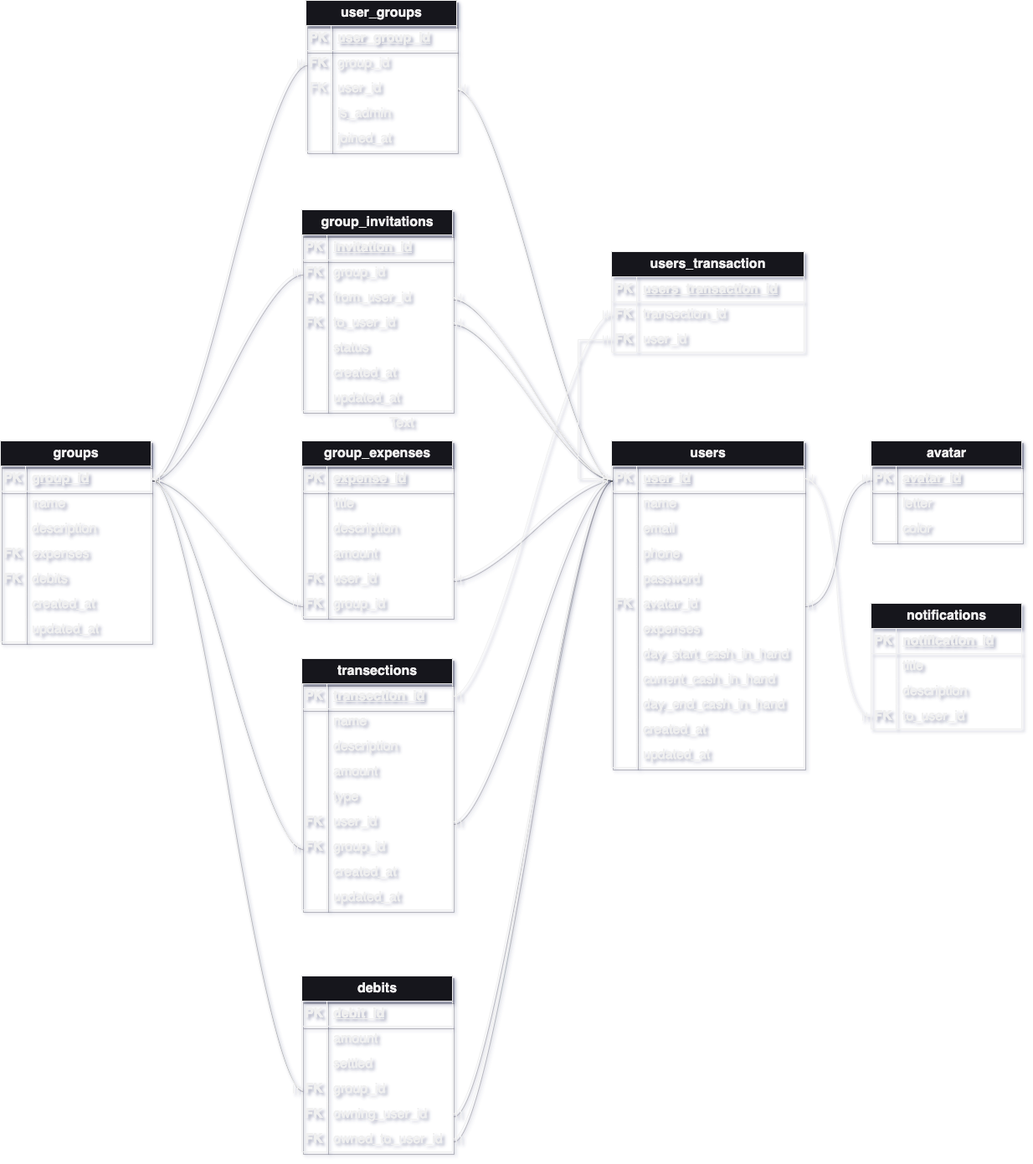
Earlier version of the draw.io export server/docs/db/db-design.png (maya-manager/server). Source tidied: cells renumbered, new cells last; positions are measured from the earlier drawing's top-left corner, leaving out a move shared by most shapes.
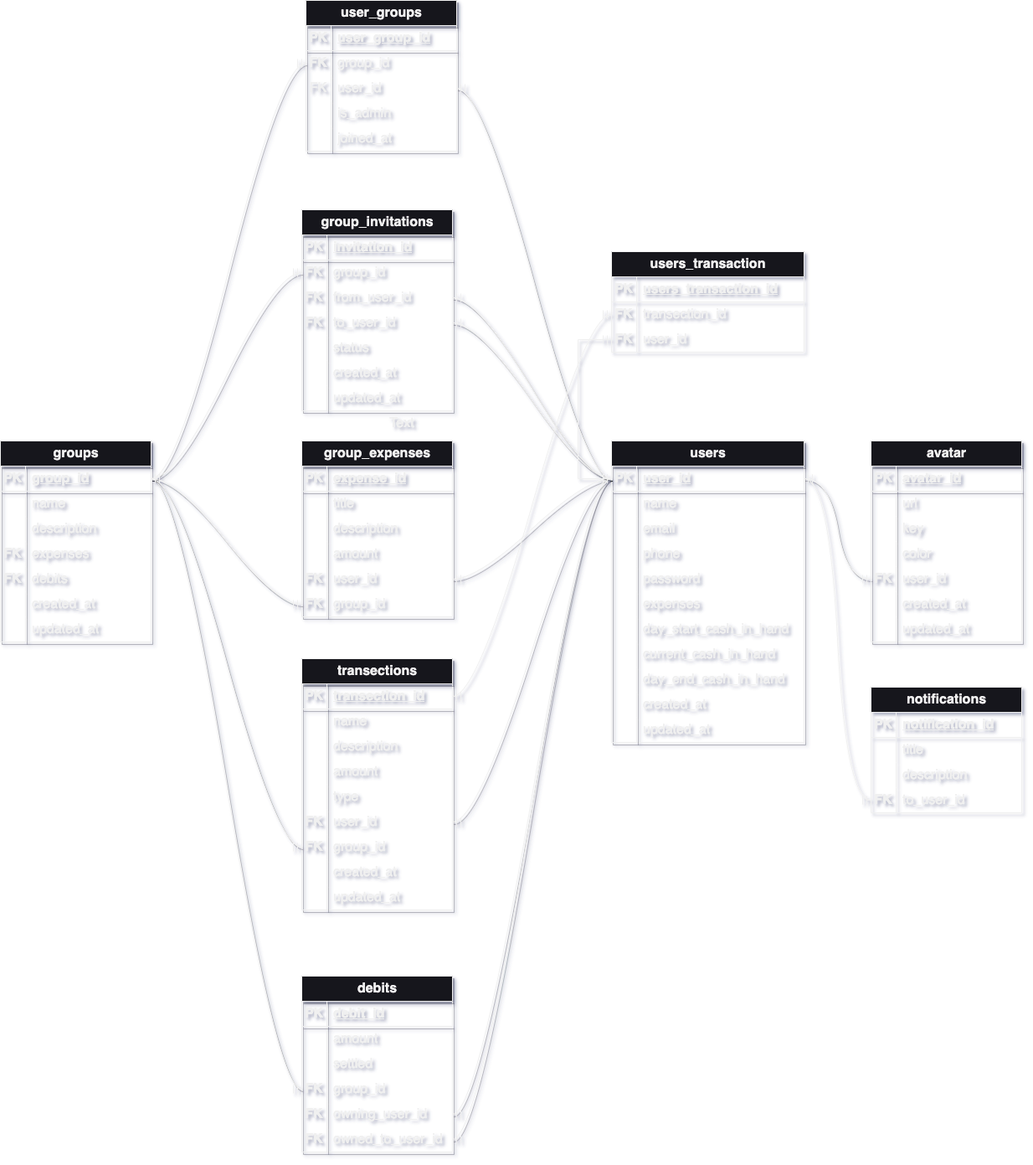
The same file after the commit.

Commit message:
docs(db): :memo: updated db design

What changed in the source:
```diff
@@ -2,11 +2,11 @@
   <root>
     <mxCell id="0" />
     <mxCell id="1" parent="0" />
-    <mxCell id="2" style="edgeStyle=entityRelationEdgeStyle;fontSize=12;html=1;endArrow=ERmandOne;startArrow=ERmandOne;rounded=0;startSize=8;endSize=8;curved=1;exitX=1;exitY=0.5;exitDx=0;exitDy=0;entryX=0;entryY=0.5;entryDx=0;entryDy=0;shadow=1;swimlaneLine=1;comic=0;" parent="1" edge="1" source="19" target="41">
+    <mxCell id="2" style="edgeStyle=entityRelationEdgeStyle;fontSize=12;html=1;endArrow=ERmandOne;startArrow=ERmandOne;rounded=0;startSize=8;endSize=8;curved=1;exitX=1;exitY=0.5;exitDx=0;exitDy=0;entryX=0;entryY=0.5;entryDx=0;entryDy=0;shadow=1;swimlaneLine=1;comic=0;" parent="1" edge="1" source="4" target="218">
       <mxGeometry relative="1" as="geometry" />
     </mxCell>
     <mxCell id="3" value="users" style="shape=table;startSize=30;rowLines=0;fontStyle=1;align=center;html=1;fontSize=16;shadow=1;swimlaneLine=1;comic=0;" parent="1" vertex="1">
-      <mxGeometry x="730" y="526" width="230" height="390" as="geometry" />
+      <mxGeometry x="730" y="526" width="230" height="360" as="geometry" />
     </mxCell>
     <mxCell id="4" style="shape=tableRow;horizontal=0;startSize=0;swimlaneHead=0;swimlaneBody=0;fillColor=none;points=[[0,0.5],[1,0.5]];portConstraint=eastwest;top=0;left=0;right=0;bottom=1;fontSize=16;shadow=1;swimlaneLine=1;comic=0;" parent="3" vertex="1">
       <mxGeometry y="30" width="230" height="30" as="geometry" />
@@ -53,17 +53,8 @@
     <mxCell id="18" value="password" style="shape=partialRectangle;fillColor=none;top=0;left=0;bottom=0;right=0;align=left;spacingLeft=6;overflow=hidden;whiteSpace=wrap;html=1;fontSize=16;shadow=1;swimlaneLine=1;comic=0;" parent="16" vertex="1">
       <mxGeometry x="30" width="200" height="30" as="geometry" />
     </mxCell>
-    <mxCell id="19" style="shape=tableRow;horizontal=0;startSize=0;swimlaneHead=0;swimlaneBody=0;fillColor=none;points=[[0,0.5],[1,0.5]];portConstraint=eastwest;top=0;left=0;right=0;bottom=0;fontSize=16;shadow=1;swimlaneLine=1;comic=0;" parent="3" vertex="1">
-      <mxGeometry y="180" width="230" height="30" as="geometry" />
-    </mxCell>
-    <mxCell id="20" value="&lt;b&gt;FK&lt;/b&gt;" style="shape=partialRectangle;fillColor=none;top=0;left=0;bottom=0;right=0;overflow=hidden;whiteSpace=wrap;html=1;fontSize=16;shadow=1;swimlaneLine=1;comic=0;" parent="19" vertex="1">
-      <mxGeometry width="30" height="30" as="geometry" />
-    </mxCell>
-    <mxCell id="21" value="avatar_id" style="shape=partialRectangle;fillColor=none;top=0;left=0;bottom=0;right=0;align=left;spacingLeft=6;overflow=hidden;whiteSpace=wrap;html=1;fontSize=16;shadow=1;swimlaneLine=1;comic=0;" parent="19" vertex="1">
-      <mxGeometry x="30" width="200" height="30" as="geometry" />
-    </mxCell>
     <mxCell id="22" style="shape=tableRow;horizontal=0;startSize=0;swimlaneHead=0;swimlaneBody=0;fillColor=none;top=0;left=0;right=0;bottom=0;fontSize=16;shadow=1;swimlaneLine=1;comic=0;" parent="3" vertex="1">
-      <mxGeometry y="210" width="230" height="30" as="geometry" />
+      <mxGeometry y="180" width="230" height="30" as="geometry" />
     </mxCell>
     <mxCell id="23" style="shape=partialRectangle;fillColor=none;top=0;left=0;bottom=0;right=0;overflow=hidden;whiteSpace=wrap;html=1;fontSize=16;shadow=1;swimlaneLine=1;comic=0;" parent="22" vertex="1">
       <mxGeometry width="30" height="30" as="geometry" />
@@ -72,7 +63,7 @@
       <mxGeometry x="30" width="200" height="30" as="geometry" />
     </mxCell>
     <mxCell id="25" style="shape=tableRow;horizontal=0;startSize=0;swimlaneHead=0;swimlaneBody=0;fillColor=none;top=0;left=0;right=0;bottom=0;fontSize=16;shadow=1;swimlaneLine=1;comic=0;" parent="3" vertex="1">
-      <mxGeometry y="240" width="230" height="30" as="geometry" />
+      <mxGeometry y="210" width="230" height="30" as="geometry" />
     </mxCell>
     <mxCell id="26" style="shape=partialRectangle;fillColor=none;top=0;left=0;bottom=0;right=0;overflow=hidden;whiteSpace=wrap;html=1;fontSize=16;shadow=1;swimlaneLine=1;comic=0;" parent="25" vertex="1">
       <mxGeometry width="30" height="30" as="geometry" />
@@ -81,7 +72,7 @@
       <mxGeometry x="30" width="200" height="30" as="geometry" />
     </mxCell>
     <mxCell id="28" style="shape=tableRow;horizontal=0;startSize=0;swimlaneHead=0;swimlaneBody=0;fillColor=none;top=0;left=0;right=0;bottom=0;fontSize=16;shadow=1;swimlaneLine=1;comic=0;" parent="3" vertex="1">
-      <mxGeometry y="270" width="230" height="30" as="geometry" />
+      <mxGeometry y="240" width="230" height="30" as="geometry" />
     </mxCell>
     <mxCell id="29" style="shape=partialRectangle;fillColor=none;top=0;left=0;bottom=0;right=0;overflow=hidden;whiteSpace=wrap;html=1;fontSize=16;shadow=1;swimlaneLine=1;comic=0;" parent="28" vertex="1">
       <mxGeometry width="30" height="30" as="geometry" />
@@ -90,7 +81,7 @@
       <mxGeometry x="30" width="200" height="30" as="geometry" />
     </mxCell>
     <mxCell id="31" style="shape=tableRow;horizontal=0;startSize=0;swimlaneHead=0;swimlaneBody=0;fillColor=none;top=0;left=0;right=0;bottom=0;fontSize=16;shadow=1;swimlaneLine=1;comic=0;" parent="3" vertex="1">
-      <mxGeometry y="300" width="230" height="30" as="geometry" />
+      <mxGeometry y="270" width="230" height="30" as="geometry" />
     </mxCell>
     <mxCell id="32" style="shape=partialRectangle;fillColor=none;top=0;left=0;bottom=0;right=0;overflow=hidden;whiteSpace=wrap;html=1;fontSize=16;shadow=1;swimlaneLine=1;comic=0;" parent="31" vertex="1">
       <mxGeometry width="30" height="30" as="geometry" />
@@ -99,7 +90,7 @@
       <mxGeometry x="30" width="200" height="30" as="geometry" />
     </mxCell>
     <mxCell id="34" style="shape=tableRow;horizontal=0;startSize=0;swimlaneHead=0;swimlaneBody=0;fillColor=none;top=0;left=0;right=0;bottom=0;fontSize=16;shadow=1;swimlaneLine=1;comic=0;" parent="3" vertex="1">
-      <mxGeometry y="330" width="230" height="30" as="geometry" />
+      <mxGeometry y="300" width="230" height="30" as="geometry" />
     </mxCell>
     <mxCell id="35" style="shape=partialRectangle;fillColor=none;top=0;left=0;bottom=0;right=0;overflow=hidden;whiteSpace=wrap;html=1;fontSize=16;shadow=1;swimlaneLine=1;comic=0;" parent="34" vertex="1">
       <mxGeometry width="30" height="30" as="geometry" />
@@ -108,7 +99,7 @@
       <mxGeometry x="30" width="200" height="30" as="geometry" />
     </mxCell>
     <mxCell id="37" style="shape=tableRow;horizontal=0;startSize=0;swimlaneHead=0;swimlaneBody=0;fillColor=none;top=0;left=0;right=0;bottom=0;fontSize=16;shadow=1;swimlaneLine=1;comic=0;" parent="3" vertex="1">
-      <mxGeometry y="360" width="230" height="30" as="geometry" />
+      <mxGeometry y="330" width="230" height="30" as="geometry" />
     </mxCell>
     <mxCell id="38" style="shape=partialRectangle;fillColor=none;top=0;left=0;bottom=0;right=0;overflow=hidden;whiteSpace=wrap;html=1;fontSize=16;shadow=1;swimlaneLine=1;comic=0;" parent="37" vertex="1">
       <mxGeometry width="30" height="30" as="geometry" />
@@ -117,7 +108,7 @@
       <mxGeometry x="30" width="200" height="30" as="geometry" />
     </mxCell>
     <mxCell id="40" value="avatar" style="shape=table;startSize=30;rowLines=0;fontStyle=1;align=center;html=1;fontSize=16;shadow=1;swimlaneLine=1;comic=0;" parent="1" vertex="1">
-      <mxGeometry x="1040" y="526" width="180" height="120" as="geometry" />
+      <mxGeometry x="1040" y="526" width="180" height="240" as="geometry" />
     </mxCell>
     <mxCell id="41" style="shape=tableRow;horizontal=0;startSize=0;swimlaneHead=0;swimlaneBody=0;fillColor=none;points=[[0,0.5],[1,0.5]];portConstraint=eastwest;top=0;left=0;right=0;bottom=1;fontSize=16;shadow=1;swimlaneLine=1;comic=0;" parent="40" vertex="1">
       <mxGeometry y="30" width="180" height="30" as="geometry" />
@@ -134,7 +125,7 @@
     <mxCell id="45" style="shape=partialRectangle;fillColor=none;top=0;left=0;bottom=0;right=0;overflow=hidden;whiteSpace=wrap;html=1;fontSize=16;shadow=1;swimlaneLine=1;comic=0;" parent="44" vertex="1">
       <mxGeometry width="30" height="30" as="geometry" />
     </mxCell>
-    <mxCell id="46" value="letter" style="shape=partialRectangle;fillColor=none;top=0;left=0;bottom=0;right=0;align=left;spacingLeft=6;overflow=hidden;whiteSpace=wrap;html=1;fontSize=16;shadow=1;swimlaneLine=1;comic=0;" parent="44" vertex="1">
+    <mxCell id="46" value="url" style="shape=partialRectangle;fillColor=none;top=0;left=0;bottom=0;right=0;align=left;spacingLeft=6;overflow=hidden;whiteSpace=wrap;html=1;fontSize=16;shadow=1;swimlaneLine=1;comic=0;" parent="44" vertex="1">
       <mxGeometry x="30" width="150" height="30" as="geometry" />
     </mxCell>
     <mxCell id="47" style="shape=tableRow;horizontal=0;startSize=0;swimlaneHead=0;swimlaneBody=0;fillColor=none;top=0;left=0;right=0;bottom=0;fontSize=16;shadow=1;swimlaneLine=1;comic=0;" parent="40" vertex="1">
@@ -143,9 +134,45 @@
     <mxCell id="48" style="shape=partialRectangle;fillColor=none;top=0;left=0;bottom=0;right=0;overflow=hidden;whiteSpace=wrap;html=1;fontSize=16;shadow=1;swimlaneLine=1;comic=0;" parent="47" vertex="1">
       <mxGeometry width="30" height="30" as="geometry" />
     </mxCell>
-    <mxCell id="49" value="color" style="shape=partialRectangle;fillColor=none;top=0;left=0;bottom=0;right=0;align=left;spacingLeft=6;overflow=hidden;whiteSpace=wrap;html=1;fontSize=16;shadow=1;swimlaneLine=1;comic=0;" parent="47" vertex="1">
+    <mxCell id="49" value="key" style="shape=partialRectangle;fillColor=none;top=0;left=0;bottom=0;right=0;align=left;spacingLeft=6;overflow=hidden;whiteSpace=wrap;html=1;fontSize=16;shadow=1;swimlaneLine=1;comic=0;" parent="47" vertex="1">
       <mxGeometry x="30" width="150" height="30" as="geometry" />
     </mxCell>
+    <mxCell id="215" style="shape=tableRow;horizontal=0;startSize=0;swimlaneHead=0;swimlaneBody=0;fillColor=none;top=0;left=0;right=0;bottom=0;fontSize=16;shadow=1;swimlaneLine=1;comic=0;" parent="40" vertex="1">
+      <mxGeometry y="120" width="180" height="30" as="geometry" />
+    </mxCell>
+    <mxCell id="216" style="shape=partialRectangle;fillColor=none;top=0;left=0;bottom=0;right=0;overflow=hidden;whiteSpace=wrap;html=1;fontSize=16;shadow=1;swimlaneLine=1;comic=0;" parent="215" vertex="1">
+      <mxGeometry width="30" height="30" as="geometry" />
+    </mxCell>
+    <mxCell id="217" value="color" style="shape=partialRectangle;fillColor=none;top=0;left=0;bottom=0;right=0;align=left;spacingLeft=6;overflow=hidden;whiteSpace=wrap;html=1;fontSize=16;shadow=1;swimlaneLine=1;comic=0;" parent="215" vertex="1">
+      <mxGeometry x="30" width="150" height="30" as="geometry" />
+    </mxCell>
+    <mxCell id="218" style="shape=tableRow;horizontal=0;startSize=0;swimlaneHead=0;swimlaneBody=0;fillColor=none;points=[[0,0.5],[1,0.5]];portConstraint=eastwest;top=0;left=0;right=0;bottom=0;fontSize=16;shadow=1;swimlaneLine=1;comic=0;" parent="40" vertex="1">
+      <mxGeometry y="150" width="180" height="30" as="geometry" />
+    </mxCell>
+    <mxCell id="20" value="&lt;b&gt;FK&lt;/b&gt;" style="shape=partialRectangle;fillColor=none;top=0;left=0;bottom=0;right=0;overflow=hidden;whiteSpace=wrap;html=1;fontSize=16;shadow=1;swimlaneLine=1;comic=0;" parent="218" vertex="1">
+      <mxGeometry width="30" height="30" as="geometry" />
+    </mxCell>
+    <mxCell id="219" value="user_id" style="shape=partialRectangle;fillColor=none;top=0;left=0;bottom=0;right=0;align=left;spacingLeft=6;overflow=hidden;whiteSpace=wrap;html=1;fontSize=16;shadow=1;swimlaneLine=1;comic=0;" parent="218" vertex="1">
+      <mxGeometry x="30" width="150" height="30" as="geometry" />
+    </mxCell>
+    <mxCell id="220" style="shape=tableRow;horizontal=0;startSize=0;swimlaneHead=0;swimlaneBody=0;fillColor=none;top=0;left=0;right=0;bottom=0;fontSize=16;shadow=1;swimlaneLine=1;comic=0;" parent="40" vertex="1">
+      <mxGeometry y="180" width="180" height="30" as="geometry" />
+    </mxCell>
+    <mxCell id="221" style="shape=partialRectangle;fillColor=none;top=0;left=0;bottom=0;right=0;overflow=hidden;whiteSpace=wrap;html=1;fontSize=16;shadow=1;swimlaneLine=1;comic=0;" parent="220" vertex="1">
+      <mxGeometry width="30" height="30" as="geometry" />
+    </mxCell>
+    <mxCell id="222" value="created_at" style="shape=partialRectangle;fillColor=none;top=0;left=0;bottom=0;right=0;align=left;spacingLeft=6;overflow=hidden;whiteSpace=wrap;html=1;fontSize=16;shadow=1;swimlaneLine=1;comic=0;" parent="220" vertex="1">
+      <mxGeometry x="30" width="150" height="30" as="geometry" />
+    </mxCell>
+    <mxCell id="223" style="shape=tableRow;horizontal=0;startSize=0;swimlaneHead=0;swimlaneBody=0;fillColor=none;top=0;left=0;right=0;bottom=0;fontSize=16;shadow=1;swimlaneLine=1;comic=0;" parent="40" vertex="1">
+      <mxGeometry y="210" width="180" height="30" as="geometry" />
+    </mxCell>
+    <mxCell id="224" style="shape=partialRectangle;fillColor=none;top=0;left=0;bottom=0;right=0;overflow=hidden;whiteSpace=wrap;html=1;fontSize=16;shadow=1;swimlaneLine=1;comic=0;" parent="223" vertex="1">
+      <mxGeometry width="30" height="30" as="geometry" />
+    </mxCell>
+    <mxCell id="225" value="updated_at" style="shape=partialRectangle;fillColor=none;top=0;left=0;bottom=0;right=0;align=left;spacingLeft=6;overflow=hidden;whiteSpace=wrap;html=1;fontSize=16;shadow=1;swimlaneLine=1;comic=0;" parent="223" vertex="1">
+      <mxGeometry x="30" width="150" height="30" as="geometry" />
+    </mxCell>
     <mxCell id="50" value="groups" style="shape=table;startSize=30;rowLines=0;fontStyle=1;align=center;html=1;fontSize=16;shadow=1;swimlaneLine=1;comic=0;" parent="1" vertex="1">
       <mxGeometry y="526" width="180" height="240" as="geometry" />
     </mxCell>
@@ -561,7 +588,7 @@
       <mxGeometry relative="1" as="geometry" />
     </mxCell>
     <mxCell id="188" value="notifications" style="shape=table;startSize=30;rowLines=0;fontStyle=1;align=center;html=1;fontSize=16;" parent="1" vertex="1">
-      <mxGeometry x="1040" y="720" width="180" height="150" as="geometry" />
+      <mxGeometry x="1040" y="820" width="180" height="150" as="geometry" />
     </mxCell>
     <mxCell id="189" style="shape=tableRow;horizontal=0;startSize=0;swimlaneHead=0;swimlaneBody=0;fillColor=none;top=0;left=0;right=0;bottom=1;fontSize=16;" parent="188" vertex="1">
       <mxGeometry y="30" width="180" height="30" as="geometry" />
```
